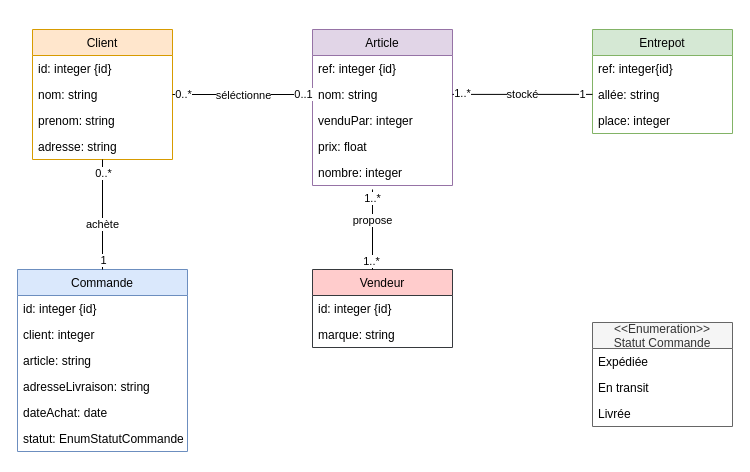
This is Projet.drawio from riad73/INF403, a draw.io file, before an edit. Source tidied: cells renumbered, new cells numbered last; positions are measured from the earlier drawing's top-left corner, leaving out a move shared by most shapes. Both pictures are drawn from the tidied source at 100%, with x=0, y=0 at pixel (17, 29).
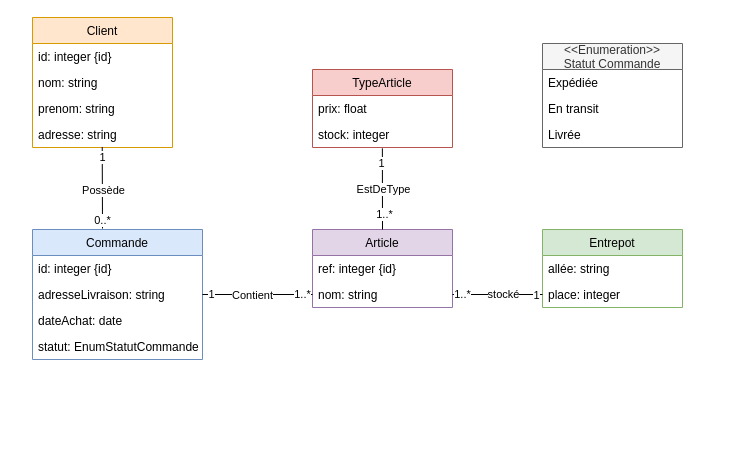
The same page after the edit.

Unchanged cells that the change refers to:
```xml
<mxCell id="4" value="nom: string" style="text;strokeColor=none;fillColor=none;align=left;verticalAlign=top;spacingLeft=4;spacingRight=4;overflow=hidden;points=[[0,0.5],[1,0.5]];portConstraint=eastwest;" parent="2" vertex="1">
  <mxGeometry y="52" width="140" height="26" as="geometry" />
</mxCell>
<mxCell id="6" value="adresse: string" style="text;strokeColor=none;fillColor=none;align=left;verticalAlign=top;spacingLeft=4;spacingRight=4;overflow=hidden;points=[[0,0.5],[1,0.5]];portConstraint=eastwest;" parent="2" vertex="1">
  <mxGeometry y="104" width="140" height="26" as="geometry" />
</mxCell>
<mxCell id="12" value="nom: string" style="text;strokeColor=none;fillColor=none;align=left;verticalAlign=top;spacingLeft=4;spacingRight=4;overflow=hidden;points=[[0,0.5],[1,0.5]];portConstraint=eastwest;" parent="10" vertex="1">
  <mxGeometry y="52" width="140" height="26" as="geometry" />
</mxCell>
```

Diff of the diagram source:
```diff
@@
     <mxCell id="2" value="Client" style="swimlane;fontStyle=0;horizontal=1;startSize=26;fillColor=#ffe6cc;strokeColor=#d79b00;" parent="1" vertex="1">
-      <mxGeometry x="15" width="140" height="130" as="geometry" />
+      <mxGeometry x="15" y="-12" width="140" height="130" as="geometry" />
     </mxCell>
@@
-    <mxCell id="7" value="Vendeur" style="swimlane;fontStyle=0;horizontal=1;startSize=26;fillColor=#ffcccc;strokeColor=#36393d;" parent="1" vertex="1">
-      <mxGeometry x="295" y="240" width="140" height="78" as="geometry" />
-    </mxCell>
-    <mxCell id="8" value="id: integer {id}" style="text;strokeColor=none;fillColor=none;align=left;verticalAlign=top;spacingLeft=4;spacingRight=4;overflow=hidden;" parent="7" vertex="1">
-      <mxGeometry y="26" width="140" height="26" as="geometry" />
-    </mxCell>
-    <mxCell id="9" value="marque: string" style="text;strokeColor=none;fillColor=none;align=left;verticalAlign=top;spacingLeft=4;spacingRight=4;overflow=hidden;" parent="7" vertex="1">
-      <mxGeometry y="52" width="140" height="26" as="geometry" />
-    </mxCell>
     <mxCell id="10" value="Article" style="swimlane;fontStyle=0;horizontal=1;startSize=26;fillColor=#e1d5e7;strokeColor=#9673a6;" parent="1" vertex="1">
-      <mxGeometry x="295" width="140" height="156" as="geometry" />
+      <mxGeometry x="295" y="200" width="140" height="78" as="geometry" />
     </mxCell>
@@
-    <mxCell id="13" value="venduPar: integer" style="text;strokeColor=none;fillColor=none;align=left;verticalAlign=top;spacingLeft=4;spacingRight=4;overflow=hidden;" parent="10" vertex="1">
-      <mxGeometry y="78" width="140" height="26" as="geometry" />
-    </mxCell>
-    <mxCell id="14" value="prix: float" style="text;strokeColor=none;fillColor=none;align=left;verticalAlign=top;spacingLeft=4;spacingRight=4;overflow=hidden;" parent="10" vertex="1">
-      <mxGeometry y="104" width="140" height="26" as="geometry" />
-    </mxCell>
-    <mxCell id="15" value="nombre: integer" style="text;strokeColor=none;fillColor=none;align=left;verticalAlign=top;spacingLeft=4;spacingRight=4;overflow=hidden;" parent="10" vertex="1">
-      <mxGeometry y="130" width="140" height="26" as="geometry" />
-    </mxCell>
     <mxCell id="16" value="Entrepot" style="swimlane;fontStyle=0;horizontal=1;startSize=26;fillColor=#d5e8d4;strokeColor=#82b366;" parent="1" vertex="1">
-      <mxGeometry x="575" width="140" height="104" as="geometry" />
+      <mxGeometry x="525" y="200" width="140" height="78" as="geometry" />
     </mxCell>
-    <mxCell id="17" value="ref: integer{id}" style="text;strokeColor=none;fillColor=none;align=left;verticalAlign=top;spacingLeft=4;spacingRight=4;overflow=hidden;" parent="16" vertex="1">
-      <mxGeometry y="26" width="140" height="26" as="geometry" />
-    </mxCell>
     <mxCell id="18" value="allée: string" style="text;strokeColor=none;fillColor=none;align=left;verticalAlign=top;spacingLeft=4;spacingRight=4;overflow=hidden;" parent="16" vertex="1">
-      <mxGeometry y="52" width="140" height="26" as="geometry" />
+      <mxGeometry y="26" width="140" height="26" as="geometry" />
     </mxCell>
     <mxCell id="19" value="place: integer" style="text;strokeColor=none;fillColor=none;align=left;verticalAlign=top;spacingLeft=4;spacingRight=4;overflow=hidden;points=[[0,0.5],[1,0.5]];portConstraint=eastwest;" parent="16" vertex="1">
-      <mxGeometry y="78" width="140" height="26" as="geometry" />
+      <mxGeometry y="52" width="140" height="26" as="geometry" />
     </mxCell>
     <mxCell id="20" value="Commande" style="swimlane;fontStyle=0;horizontal=1;startSize=26;fillColor=#dae8fc;strokeColor=#6c8ebf;" parent="1" vertex="1">
-      <mxGeometry y="240" width="170" height="182" as="geometry" />
+      <mxGeometry x="15" y="200" width="170" height="130" as="geometry" />
     </mxCell>
@@
-    <mxCell id="22" value="client: integer" style="text;strokeColor=none;fillColor=none;align=left;verticalAlign=top;spacingLeft=4;spacingRight=4;overflow=hidden;" parent="20" vertex="1">
-      <mxGeometry y="52" width="170" height="26" as="geometry" />
-    </mxCell>
-    <mxCell id="23" value="article: string" style="text;strokeColor=none;fillColor=none;align=left;verticalAlign=top;spacingLeft=4;spacingRight=4;overflow=hidden;" parent="20" vertex="1">
-      <mxGeometry y="78" width="170" height="26" as="geometry" />
-    </mxCell>
     <mxCell id="24" value="adresseLivraison: string" style="text;strokeColor=none;fillColor=none;align=left;verticalAlign=top;spacingLeft=4;spacingRight=4;overflow=hidden;" parent="20" vertex="1">
-      <mxGeometry y="104" width="170" height="26" as="geometry" />
+      <mxGeometry y="52" width="170" height="26" as="geometry" />
     </mxCell>
     <mxCell id="25" value="dateAchat: date" style="text;strokeColor=none;fillColor=none;align=left;verticalAlign=top;spacingLeft=4;spacingRight=4;overflow=hidden;" parent="20" vertex="1">
-      <mxGeometry y="130" width="170" height="26" as="geometry" />
+      <mxGeometry y="78" width="170" height="26" as="geometry" />
     </mxCell>
     <mxCell id="26" value="statut: EnumStatutCommande" style="text;strokeColor=none;fillColor=none;align=left;verticalAlign=top;spacingLeft=4;spacingRight=4;overflow=hidden;" parent="20" vertex="1">
-      <mxGeometry y="156" width="170" height="26" as="geometry" />
+      <mxGeometry y="104" width="170" height="26" as="geometry" />
     </mxCell>
-    <mxCell id="27" style="endArrow=none;html=1;exitX=1;exitY=0.5;exitDx=0;exitDy=0;entryX=0;entryY=0.5;entryDx=0;entryDy=0;" parent="1" edge="1" source="4" target="12">
-      <mxGeometry relative="1" as="geometry" />
+    <mxCell id="27" style="endArrow=none;html=1;exitX=1;exitY=0.5;exitDx=0;exitDy=0;entryX=0;entryY=0.5;entryDx=0;entryDy=0;" parent="1" edge="1" target="12">
+      <mxGeometry relative="1" as="geometry">
+        <mxPoint x="185" y="265" as="sourcePoint" />
+      </mxGeometry>
     </mxCell>
-    <mxCell id="28" value="séléctionne" style="edgeLabel;html=1;align=center;verticalAlign=middle;" parent="27" vertex="1">
+    <mxCell id="28" value="Contient" style="edgeLabel;html=1;align=center;verticalAlign=middle;" parent="27" vertex="1">
       <mxGeometry x="-0.13" y="-3" relative="1" as="geometry">
-        <mxPoint x="9.2" y="-3" as="offset" />
+        <mxPoint x="1.7" y="-3" as="offset" />
       </mxGeometry>
     </mxCell>
-    <mxCell id="29" value="0..*" style="edgeLabel;html=1;align=center;verticalAlign=middle;" parent="27" vertex="1">
+    <mxCell id="29" value="1" style="edgeLabel;html=1;align=center;verticalAlign=middle;" parent="27" vertex="1">
       <mxGeometry x="-0.86" y="1" relative="1" as="geometry" />
     </mxCell>
-    <mxCell id="30" value="0..1" style="edgeLabel;html=1;align=center;verticalAlign=middle;" parent="27" vertex="1">
-      <mxGeometry x="0.86" y="1" relative="1" as="geometry" />
+    <mxCell id="30" value="1..*" style="edgeLabel;html=1;align=center;verticalAlign=middle;" parent="27" vertex="1">
+      <mxGeometry x="0.86" y="1" relative="1" as="geometry">
+        <mxPoint x="-2.3" as="offset" />
+      </mxGeometry>
     </mxCell>
-    <mxCell id="31" style="endArrow=none;html=1;exitX=1;exitY=0.5;exitDx=0;exitDy=0;entryX=0;entryY=0.5;entryDx=0;entryDy=0;" parent="1" edge="1">
-      <mxGeometry relative="1" as="geometry">
-        <mxPoint x="435" y="64.9" as="sourcePoint" />
-        <mxPoint x="575" y="64.9" as="targetPoint" />
-      </mxGeometry>
+    <mxCell id="31" style="endArrow=none;html=1;exitX=1;exitY=0.5;exitDx=0;exitDy=0;" parent="1" edge="1" source="12" target="19">
+      <mxGeometry relative="1" as="geometry" />
     </mxCell>
     <mxCell id="32" value="stocké" style="edgeLabel;html=1;align=center;verticalAlign=middle;" parent="31" vertex="1">
       <mxGeometry x="-0.18" relative="1" as="geometry">
-        <mxPoint x="12.5" as="offset" />
+        <mxPoint x="13" y="-1" as="offset" />
       </mxGeometry>
     </mxCell>
@@
     <mxCell id="34" value="1..*" style="edgeLabel;html=1;align=center;verticalAlign=middle;" parent="31" vertex="1">
       <mxGeometry x="-0.88" y="1" relative="1" as="geometry">
-        <mxPoint x="1.9" as="offset" />
+        <mxPoint x="4.7" as="offset" />
       </mxGeometry>
     </mxCell>
-    <mxCell id="35" style="endArrow=none;html=1;" parent="1" edge="1">
-      <mxGeometry relative="1" as="geometry">
-        <mxPoint x="355" y="240" as="sourcePoint" />
-        <mxPoint x="355" y="160" as="targetPoint" />
-      </mxGeometry>
-    </mxCell>
-    <mxCell id="36" value="propose" style="edgeLabel;html=1;align=center;verticalAlign=middle;" parent="35" vertex="1">
-      <mxGeometry x="-0.32" y="1" relative="1" as="geometry">
-        <mxPoint y="-22.5" as="offset" />
-      </mxGeometry>
-    </mxCell>
-    <mxCell id="37" value="1..*" style="edgeLabel;html=1;align=center;verticalAlign=middle;" parent="35" vertex="1">
-      <mxGeometry x="-0.89" y="2" relative="1" as="geometry">
-        <mxPoint y="-4.3" as="offset" />
-      </mxGeometry>
-    </mxCell>
-    <mxCell id="38" value="1..*" style="edgeLabel;html=1;align=center;verticalAlign=middle;" parent="35" vertex="1">
-      <mxGeometry x="0.9" y="1" relative="1" as="geometry">
-        <mxPoint y="4.8" as="offset" />
-      </mxGeometry>
-    </mxCell>
-    <mxCell id="39" style="endArrow=none;html=1;exitX=0.5;exitY=0;exitDx=0;exitDy=0;" parent="1" edge="1" source="20" target="6">
-      <mxGeometry relative="1" as="geometry" />
-    </mxCell>
-    <mxCell id="40" value="achète" style="edgeLabel;html=1;align=center;verticalAlign=middle;" parent="39" vertex="1">
-      <mxGeometry x="-0.52" relative="1" as="geometry">
-        <mxPoint x="-0.2" y="-19.2" as="offset" />
-      </mxGeometry>
-    </mxCell>
-    <mxCell id="41" value="0..*" style="edgeLabel;html=1;align=center;verticalAlign=middle;" parent="39" vertex="1">
-      <mxGeometry x="0.76" relative="1" as="geometry" />
-    </mxCell>
-    <mxCell id="42" value="1" style="edgeLabel;html=1;align=center;verticalAlign=middle;" parent="39" vertex="1">
-      <mxGeometry x="-0.87" relative="1" as="geometry">
-        <mxPoint y="-2.4" as="offset" />
-      </mxGeometry>
-    </mxCell>
     <mxCell id="43" value="&lt;&lt;Enumeration&gt;&gt;&#10;Statut Commande" style="swimlane;fontStyle=0;horizontal=1;startSize=26;fillColor=#f5f5f5;strokeColor=#666666;fontColor=#333333;" parent="1" vertex="1">
-      <mxGeometry x="575" y="293" width="140" height="104" as="geometry" />
+      <mxGeometry x="525" y="14" width="140" height="104" as="geometry" />
     </mxCell>
@@
+    <mxCell id="47" value="TypeArticle" style="swimlane;fontStyle=0;horizontal=1;startSize=26;fillColor=#f8cecc;strokeColor=#b85450;" parent="1" vertex="1">
+      <mxGeometry x="295" y="40" width="140" height="78" as="geometry" />
+    </mxCell>
+    <mxCell id="14" value="prix: float" style="text;strokeColor=none;fillColor=none;align=left;verticalAlign=top;spacingLeft=4;spacingRight=4;overflow=hidden;" parent="47" vertex="1">
+      <mxGeometry y="26" width="140" height="26" as="geometry" />
+    </mxCell>
+    <mxCell id="48" value="stock: integer" style="text;strokeColor=none;fillColor=none;align=left;verticalAlign=top;spacingLeft=4;spacingRight=4;overflow=hidden;points=[[0,0.5],[1,0.5]];portConstraint=eastwest;" parent="47" vertex="1">
+      <mxGeometry y="52" width="140" height="26" as="geometry" />
+    </mxCell>
+    <mxCell id="49" style="endArrow=none;html=1;exitX=0.5;exitY=0;exitDx=0;exitDy=0;entryX=0.499;entryY=1.032;entryDx=0;entryDy=0;entryPerimeter=0;" parent="1" edge="1" source="10" target="48">
+      <mxGeometry relative="1" as="geometry" />
+    </mxCell>
+    <mxCell id="50" value="1..*" style="edgeLabel;html=1;align=center;verticalAlign=middle;" parent="49" vertex="1">
+      <mxGeometry x="-0.63" y="-2" relative="1" as="geometry" />
+    </mxCell>
+    <mxCell id="51" value="1" style="edgeLabel;html=1;align=center;verticalAlign=middle;" parent="49" vertex="1">
+      <mxGeometry x="0.65" y="1" relative="1" as="geometry" />
+    </mxCell>
+    <mxCell id="52" value="EstDeType" style="edgeLabel;html=1;align=center;verticalAlign=middle;" parent="49" vertex="1">
+      <mxGeometry x="-0.23" y="-1" relative="1" as="geometry">
+        <mxPoint y="-9.2" as="offset" />
+      </mxGeometry>
+    </mxCell>
+    <mxCell id="53" style="endArrow=none;html=1;entryX=0.498;entryY=0.979;entryDx=0;entryDy=0;entryPerimeter=0;" parent="1" edge="1" target="6">
+      <mxGeometry relative="1" as="geometry">
+        <mxPoint x="85" y="199" as="sourcePoint" />
+      </mxGeometry>
+    </mxCell>
+    <mxCell id="54" value="Possède" style="edgeLabel;html=1;align=center;verticalAlign=middle;" parent="53" vertex="1">
+      <mxGeometry x="-0.52" relative="1" as="geometry">
+        <mxPoint x="0.1" y="-19" as="offset" />
+      </mxGeometry>
+    </mxCell>
+    <mxCell id="55" value="1" style="edgeLabel;html=1;align=center;verticalAlign=middle;" parent="53" vertex="1">
+      <mxGeometry x="0.76" relative="1" as="geometry" />
+    </mxCell>
+    <mxCell id="41" value="0..*" style="edgeLabel;html=1;align=center;verticalAlign=middle;" parent="53" vertex="1">
+      <mxGeometry x="-0.87" relative="1" as="geometry">
+        <mxPoint y="-3.8" as="offset" />
+      </mxGeometry>
+    </mxCell>
```
